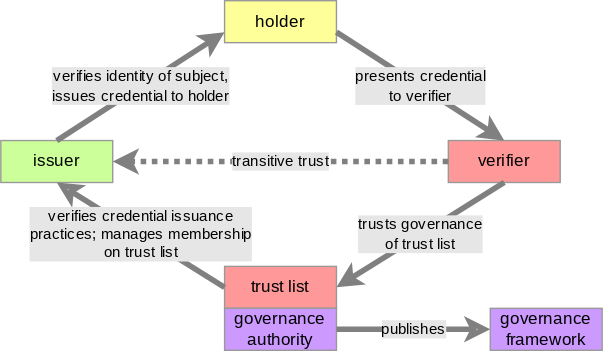
Earlier version of the draw.io export docs/modules/ROOT/images/trust-model/basic-trust-diamond.drawio.svg (creator-assertions/identity-assertion). Source tidied: cells renumbered, new cells last; positions are measured from the earlier drawing's top-left corner, leaving out a move shared by most shapes.
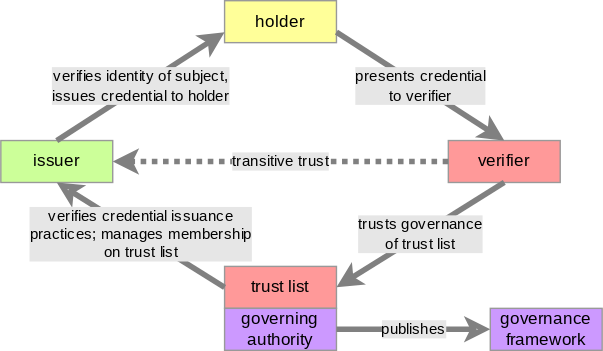
Above is the later version.

Commit message:
governance authority -> governing authority

What changed in the source:
```diff
@@ -26,7 +26,7 @@
     <mxCell id="9" value="verifies credential issuance&lt;br&gt;practices; manages membership&lt;br&gt;on trust list" style="endArrow=classic;html=1;fontColor=#000000;entryX=0.5;entryY=1;entryDx=0;entryDy=0;exitX=0;exitY=0.5;exitDx=0;exitDy=0;strokeColor=#808080;strokeWidth=4;labelBackgroundColor=#E6E6E6;spacingTop=4;spacing=6;spacingLeft=4;spacingBottom=4;spacingRight=4;fontFamily=Roboto;fontSource=https%3A%2F%2Ffonts.googleapis.com%2Fcss%3Ffamily%3DRoboto;labelBorderColor=none;comic=0;fixDash=0;startArrow=none;startFill=0;endFill=0;" parent="1" edge="1" source="8" target="2">
       <mxGeometry relative="1" as="geometry" />
     </mxCell>
-    <mxCell id="10" value="governance&lt;br&gt;authority" style="shape=ext;double=0;rounded=0;whiteSpace=wrap;html=1;fillColor=#CC99FF;fontColor=#000000;strokeColor=#999999;fontFamily=Roboto;fontSource=https%3A%2F%2Ffonts.googleapis.com%2Fcss%3Ffamily%3DRoboto;" parent="1" vertex="1">
+    <mxCell id="10" value="governing&lt;br&gt;authority" style="shape=ext;double=0;rounded=0;whiteSpace=wrap;html=1;fillColor=#CC99FF;fontColor=#000000;strokeColor=#999999;fontFamily=Roboto;fontSource=https%3A%2F%2Ffonts.googleapis.com%2Fcss%3Ffamily%3DRoboto;" parent="1" vertex="1">
       <mxGeometry x="160" y="220" width="80" height="30" as="geometry" />
     </mxCell>
     <mxCell id="11" value="&amp;nbsp;publishes&amp;nbsp;" style="endArrow=none;html=1;fontColor=#000000;entryX=1;entryY=0.5;entryDx=0;entryDy=0;strokeColor=#808080;strokeWidth=4;labelBackgroundColor=#E6E6E6;spacingTop=4;spacing=6;spacingLeft=4;spacingBottom=4;spacingRight=4;fontFamily=Roboto;fontSource=https%3A%2F%2Ffonts.googleapis.com%2Fcss%3Ffamily%3DRoboto;labelBorderColor=none;comic=0;fixDash=0;startArrow=classic;startFill=0;endFill=0;" parent="1" edge="1" source="12" target="10">
```
